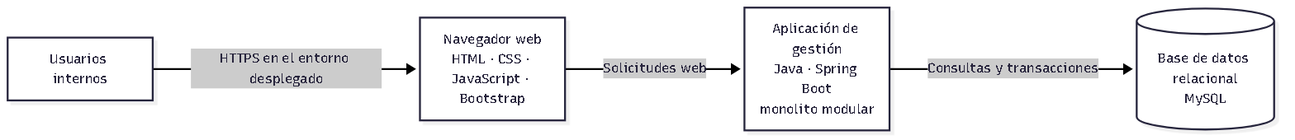
dostinarroyo/Constructora-arquitSoft-02-Dostin_Arroyo keeps this Mermaid diagram as img/nivel2-contenedores.png. Above is the earlier version. Its source is kept beside it as img/fuentes/nivel2-contenedores.mmd. The source it was exported from:
```mermaid
flowchart LR
    user["Usuarios internos"]
    browser["Navegador web<br/>HTML · CSS · JavaScript · Bootstrap"]
    app["Aplicación de gestión<br/>Java · Spring Boot<br/>monolito modular"]
    db[("Base de datos relacional<br/>MySQL")]

    user -->|"HTTPS en el entorno desplegado"| browser
    browser -->|"Solicitudes web"| app
    app -->|"Consultas y transacciones"| db
```
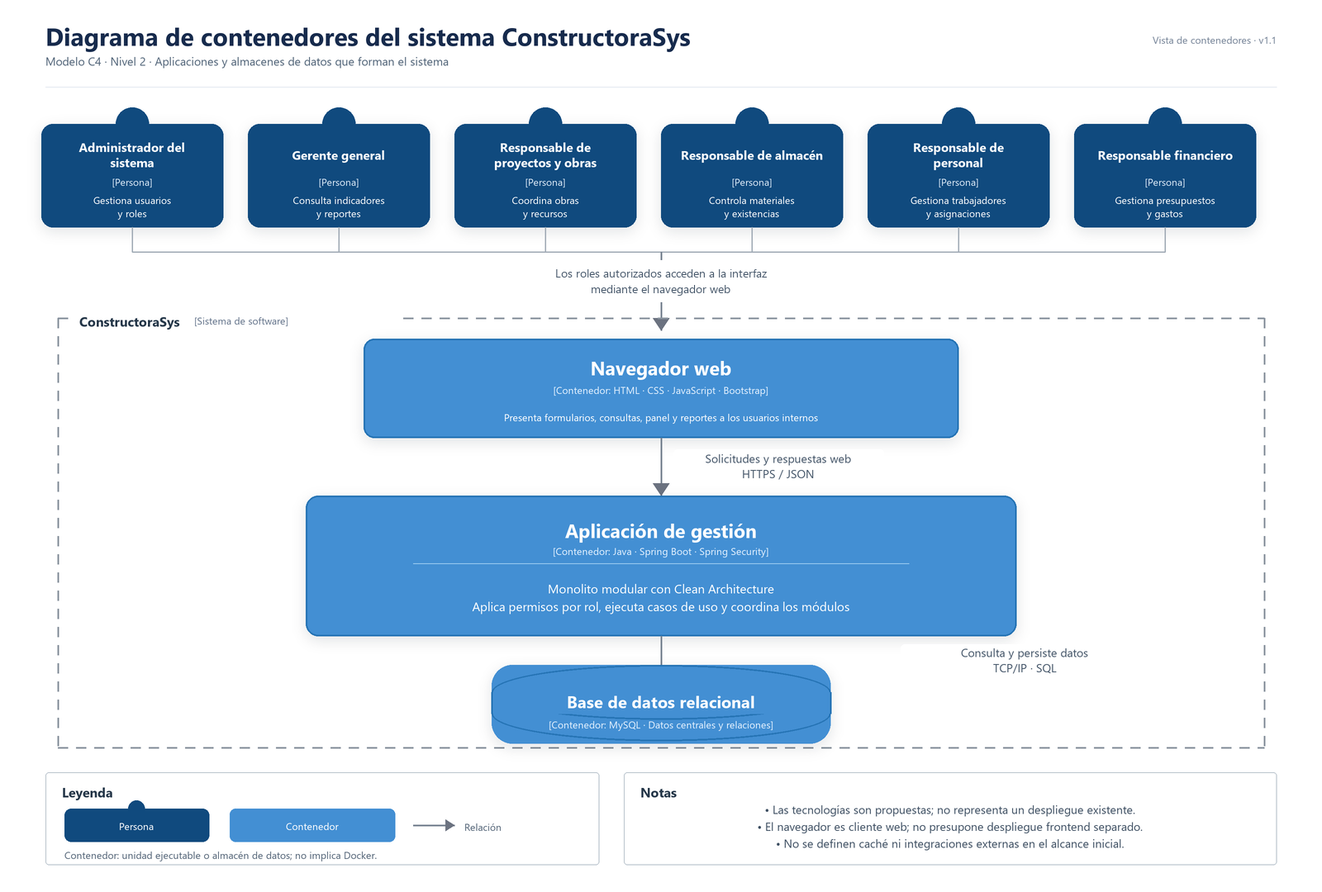
The same file after the commit.

Commit message:
docs: actualizar diagrama de contenedores

Diff of the diagram source:
```diff
@@ -1,9 +1,32 @@
-flowchart LR
-    user["Usuarios internos"]
-    browser["Navegador web<br/>HTML · CSS · JavaScript · Bootstrap"]
-    app["Aplicación de gestión<br/>Java · Spring Boot<br/>monolito modular"]
-    db[("Base de datos relacional<br/>MySQL")]
+flowchart TB
+    subgraph personas["Usuarios internos"]
+        direction LR
+        admin["Administrador del sistema<br/>[Persona]<br/>Gestiona usuarios y roles"]
+        gerencia["Gerente general<br/>[Persona]<br/>Consulta indicadores y reportes"]
+        proyectos["Responsable de proyectos y obras<br/>[Persona]<br/>Coordina obras y recursos"]
+        almacen["Responsable de almacén<br/>[Persona]<br/>Controla materiales y stock"]
+        personal["Responsable de personal<br/>[Persona]<br/>Gestiona trabajadores y asignaciones"]
+        finanzas["Responsable financiero<br/>[Persona]<br/>Gestiona presupuestos y gastos"]
+    end
 
-    user -->|"HTTPS en el entorno desplegado"| browser
-    browser -->|"Solicitudes web"| app
-    app -->|"Consultas y transacciones"| db
+    subgraph system["ConstructoraSys · Sistema en alcance"]
+        direction TB
+        browser["Navegador web<br/>[Contenedor: HTML · CSS · JavaScript · Bootstrap]<br/>Presenta formularios, consultas, panel y reportes"]
+        app["Aplicación de gestión<br/>[Contenedor: Java · Spring Boot · Spring Security]<br/>Monolito modular con Clean Architecture<br/>Aplica permisos por rol y coordina los módulos"]
+        db[("Base de datos relacional<br/>[Contenedor: MySQL]<br/>Proyectos · actividades · recursos · finanzas · usuarios")]
+
+        browser -->|"Solicitudes y respuestas web<br/>HTTPS / JSON"| app
+        app -->|"Consultas y transacciones<br/>TCP/IP · SQL"| db
+    end
+
+    admin -->|"Accede a la interfaz web"| browser
+    gerencia --> browser
+    proyectos --> browser
+    almacen --> browser
+    personal --> browser
+    finanzas --> browser
+
+    classDef person fill:#104A7E,color:#ffffff,stroke:#104A7E
+    classDef container fill:#438FD3,color:#ffffff,stroke:#2674B5
+    class admin,gerencia,proyectos,almacen,personal,finanzas person
+    class browser,app,db container
```
